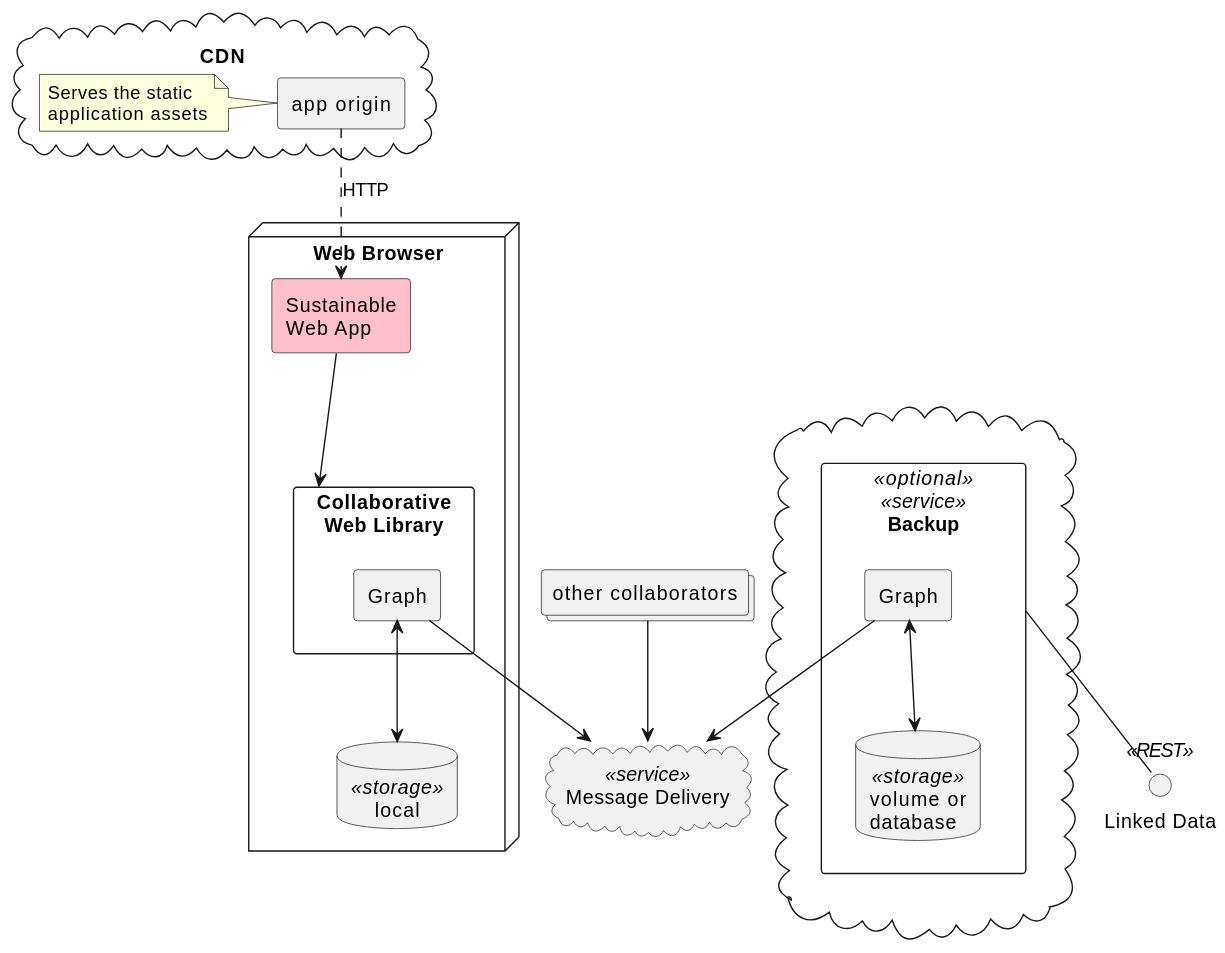
Before: spec/design/img/architecture.component.svg, a diagram exported from PlantUML (m-ld/sustainable-web-apps).
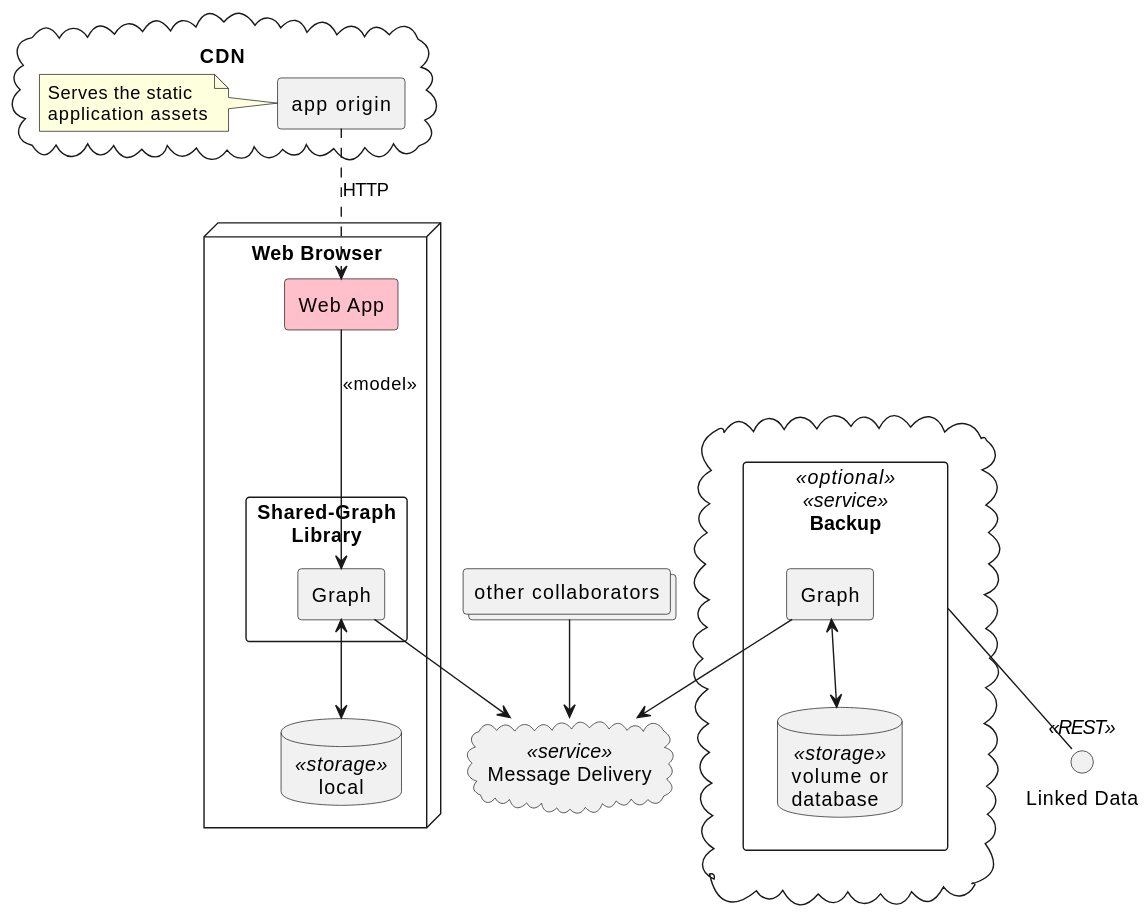
The same diagram one commit later.

Change to the diagram source:
```diff
@@ -2,8 +2,8 @@
 skinparam componentStyle rectangle
 
 node "Web Browser" {
-  component "Sustainable\nWeb App" as app #pink
-  component "Collaborative\nWeb Library" as cwl {
+  component "Web App" as app #pink
+  component "Shared-Graph\nLibrary" as cwl {
     [Graph]
   }
 
@@ -11,7 +11,7 @@
 
   Graph <--> local
 
-  app --> cwl
+  app --> Graph : <<model>>
 }
 
 cloud CDN {
```
